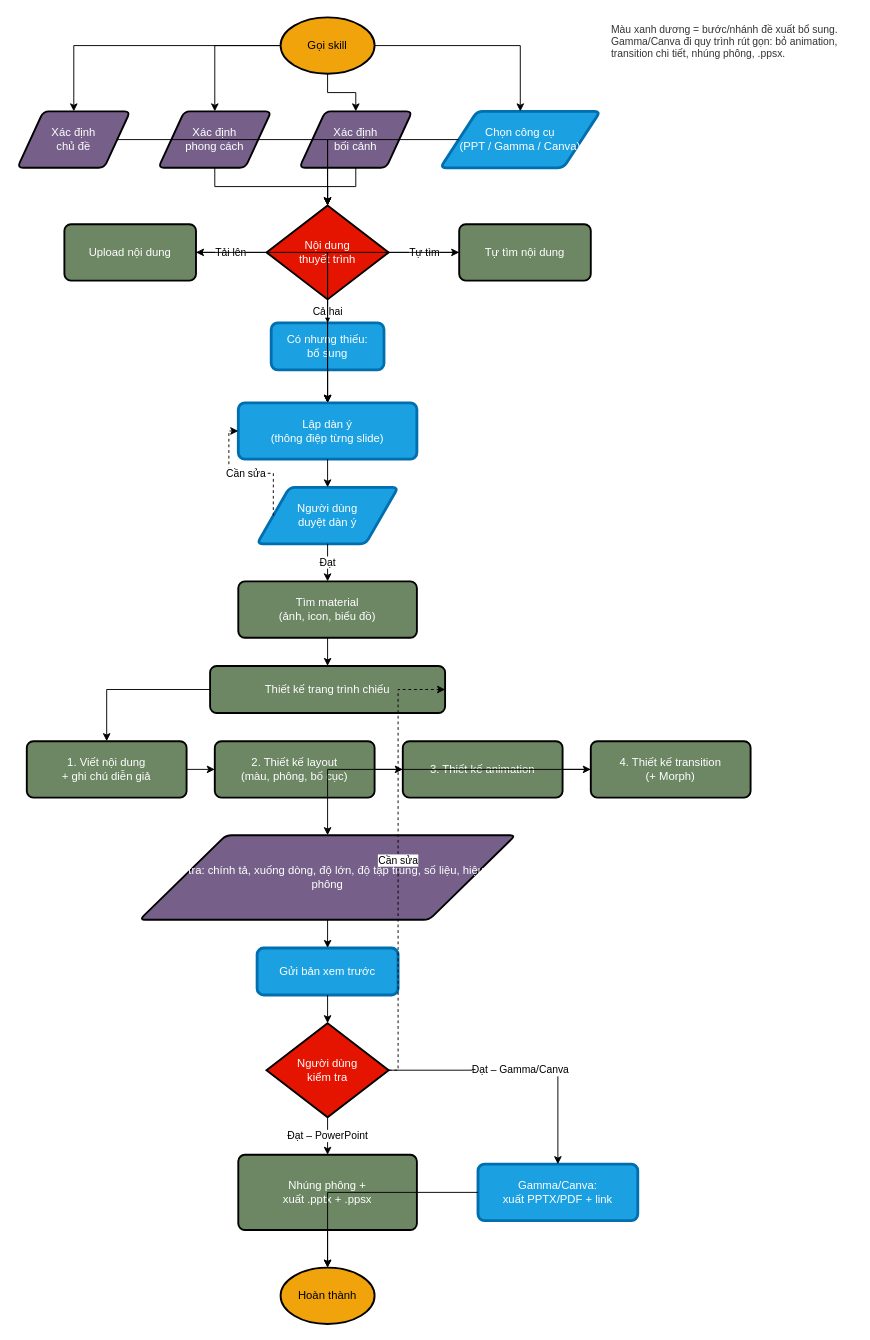
NexoZegknost/SlideWright-Studio keeps this draw.io diagram as skills/make-slides/references/so-do-quy-trinh.drawio. Above is the earlier version. Source tidied: cells renumbered, new cells numbered last; positions are measured from the earlier drawing's top-left corner, leaving out a move shared by most shapes. Both pictures are drawn from the tidied source at 94%, with x=0, y=0 at pixel (17, 17).
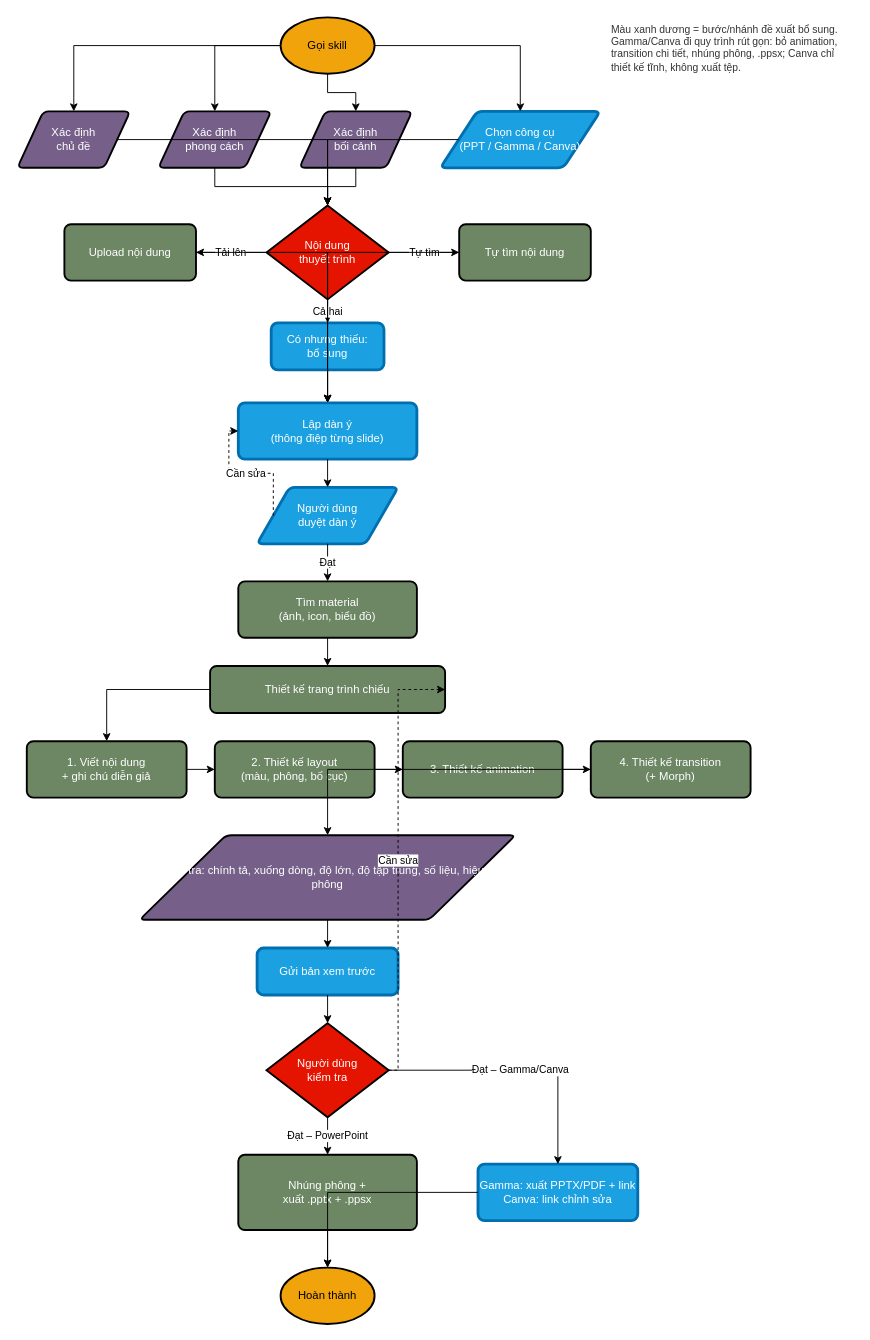
Above is the later version.

Change to the diagram source:
```diff
@@
-    <mxCell id="23" value="Gamma/Canva:&lt;br&gt;xuất PPTX/PDF + link" style="rounded=1;whiteSpace=wrap;html=1;absoluteArcSize=1;arcSize=14;strokeWidth=3;fillColor=#1ba1e2;fontColor=#ffffff;strokeColor=#006EAF;" parent="1" vertex="1">
+    <mxCell id="23" value="Gamma: xuất PPTX/PDF + link&lt;br&gt;Canva: link chỉnh sửa" style="rounded=1;whiteSpace=wrap;html=1;absoluteArcSize=1;arcSize=14;strokeWidth=3;fillColor=#1ba1e2;fontColor=#ffffff;strokeColor=#006EAF;" parent="1" vertex="1">
       <mxGeometry x="490" y="1220" width="170" height="60" as="geometry" />
     </mxCell>
@@
-    <mxCell id="25" value="Màu xanh dương = bước/nhánh đề xuất bổ sung. Gamma/Canva đi quy trình rút gọn: bỏ animation, transition chi tiết, nhúng phông, .ppsx." style="text;html=1;align=left;verticalAlign=top;whiteSpace=wrap;fontSize=11;fontColor=#333333;" parent="1" vertex="1">
+    <mxCell id="25" value="Màu xanh dương = bước/nhánh đề xuất bổ sung. Gamma/Canva đi quy trình rút gọn: bỏ animation, transition chi tiết, nhúng phông, .ppsx; Canva chỉ thiết kế tĩnh, không xuất tệp." style="text;html=1;align=left;verticalAlign=top;whiteSpace=wrap;fontSize=11;fontColor=#333333;" parent="1" vertex="1">
       <mxGeometry x="630" width="260" height="90" as="geometry" />
     </mxCell>
```
